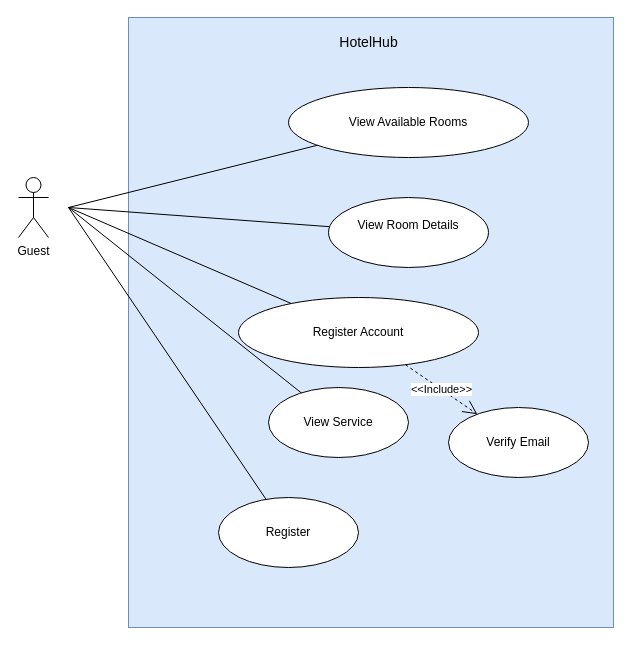
The draw.io diagram page "UCs for Online-Guest" (1 of 4) of UseCase.drawio in toikobi401/SWP391_HotelManagement, before the edit. Source tidied: cells renumbered, new cells numbered last; positions are measured from the earlier drawing's top-left corner, leaving out a move shared by most shapes. Both pictures are drawn from the tidied source at 100%, with x=0, y=0 at pixel (18, 17).
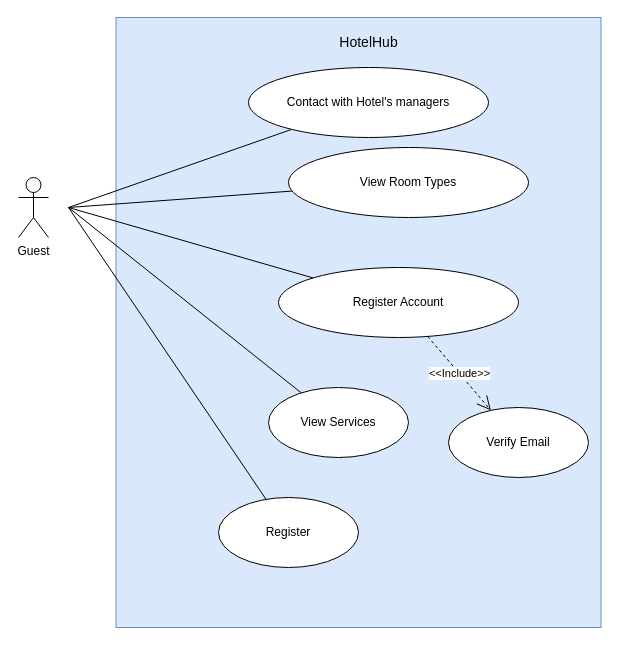
The same page after the edit.

The edit, as a diff of the source:
```diff
@@
     <mxCell id="2" style="rounded=0;whiteSpace=wrap;html=1;fillColor=#dae8fc;strokeColor=#6c8ebf;align=left;" parent="1" vertex="1">
-      <mxGeometry x="110" width="485" height="610" as="geometry" />
+      <mxGeometry x="97.5" width="485" height="610" as="geometry" />
     </mxCell>
@@
-    <mxCell id="4" value="View Available Rooms" style="ellipse;whiteSpace=wrap;html=1;" parent="1" vertex="1">
-      <mxGeometry x="270" y="70" width="240" height="70" as="geometry" />
+    <mxCell id="4" value="View Room Types" style="ellipse;whiteSpace=wrap;html=1;" parent="1" vertex="1">
+      <mxGeometry x="270" y="130" width="240" height="70" as="geometry" />
     </mxCell>
@@
-    <mxCell id="6" style="endArrow=none;html=1;rounded=0;" parent="1" edge="1" target="7">
-      <mxGeometry relative="1" as="geometry">
-        <mxPoint x="50" y="190" as="sourcePoint" />
-      </mxGeometry>
-    </mxCell>
-    <mxCell id="7" value="&#10;View Room Details&#10;&#10;" style="ellipse;whiteSpace=wrap;html=1;" parent="1" vertex="1">
-      <mxGeometry x="310" y="180" width="160" height="70" as="geometry" />
-    </mxCell>
     <mxCell id="8" value="Register Account" style="ellipse;whiteSpace=wrap;html=1;" parent="1" vertex="1">
-      <mxGeometry x="220" y="280" width="240" height="70" as="geometry" />
+      <mxGeometry x="260" y="250" width="240" height="70" as="geometry" />
     </mxCell>
-    <mxCell id="9" value="View Service" style="ellipse;whiteSpace=wrap;html=1;" parent="1" vertex="1">
+    <mxCell id="9" value="View Services" style="ellipse;whiteSpace=wrap;html=1;" parent="1" vertex="1">
       <mxGeometry x="250" y="370" width="140" height="70" as="geometry" />
     </mxCell>
@@
+    <mxCell id="17" value="Contact with Hotel's managers" style="ellipse;whiteSpace=wrap;html=1;" parent="1" vertex="1">
+      <mxGeometry x="230" y="50" width="240" height="70" as="geometry" />
+    </mxCell>
+    <mxCell id="18" style="endArrow=none;html=1;rounded=0;" parent="1" edge="1" target="17">
+      <mxGeometry relative="1" as="geometry">
+        <mxPoint x="50" y="190" as="sourcePoint" />
+      </mxGeometry>
+    </mxCell>
```
